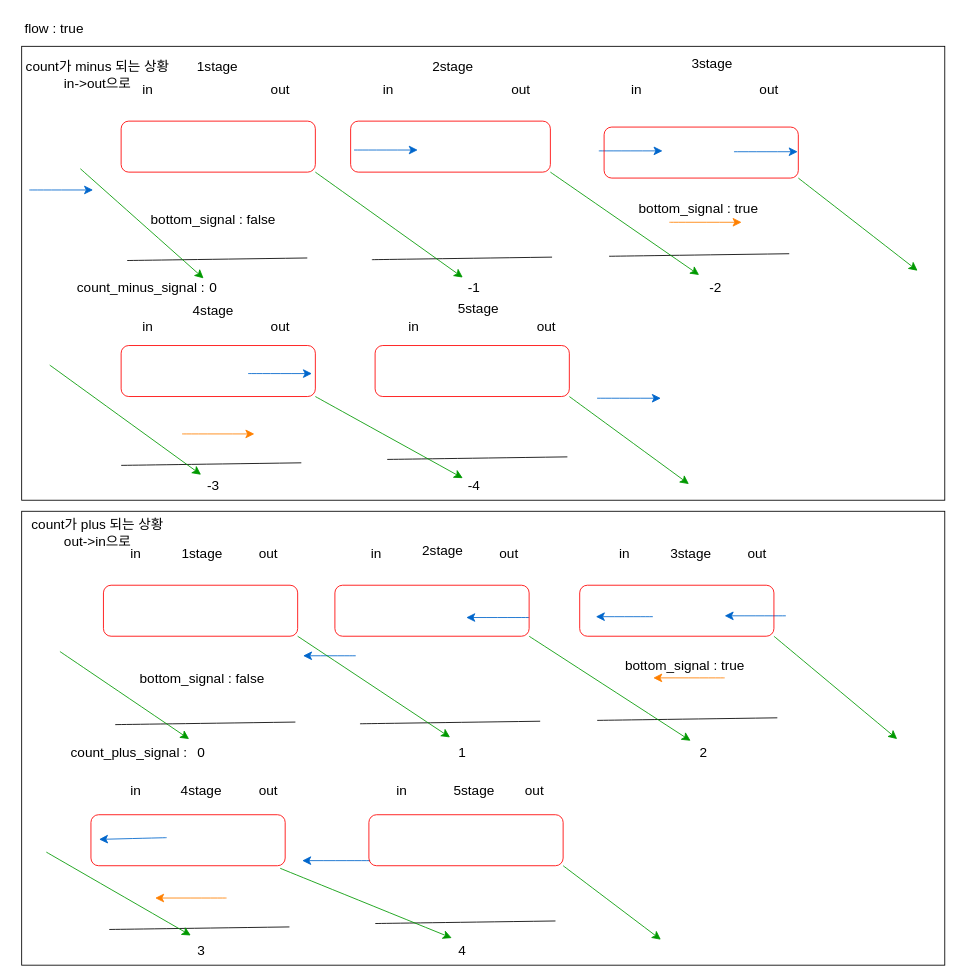
Earlier version of the draw.io diagram 1인가구 입출입 알리미.drawio (nasha430/nasha). Source tidied: cells renumbered, new cells numbered last; positions are measured from the earlier drawing's top-left corner, leaving out a move shared by most shapes. Both pictures are drawn from the tidied source at 85%, with x=0, y=0 at pixel (14, 14).
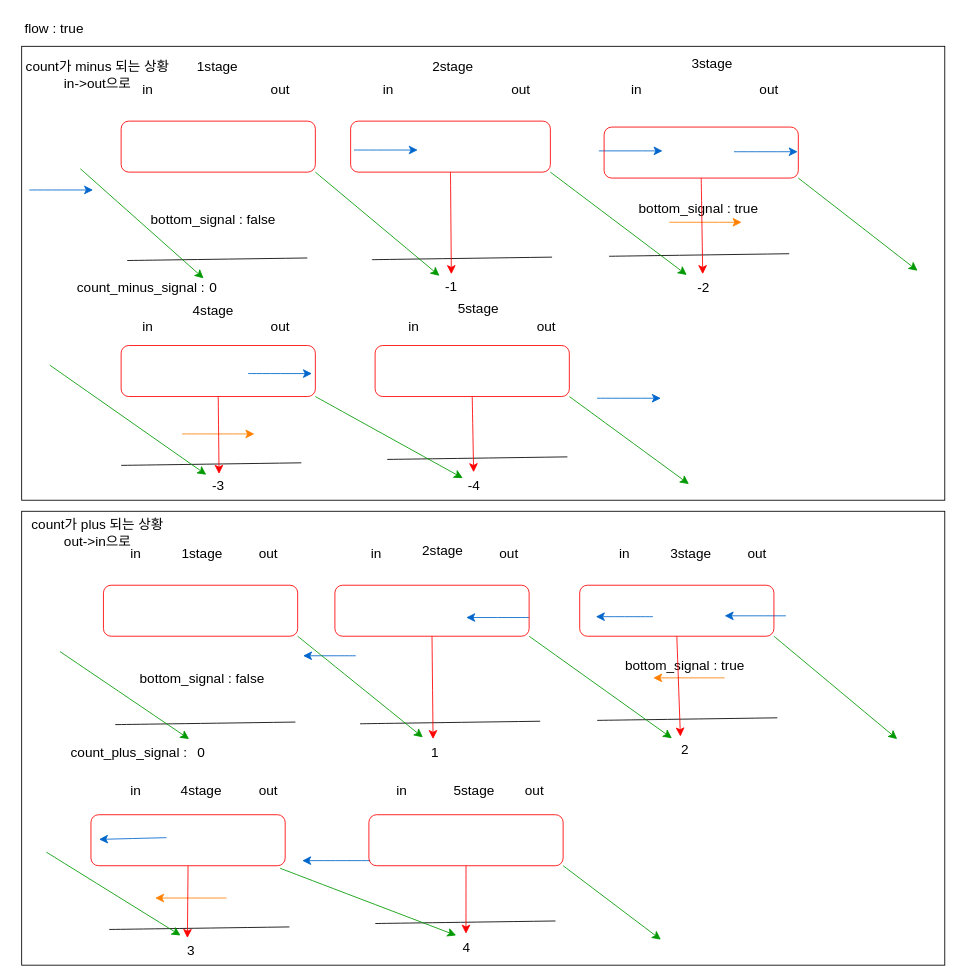
After the change.

Commit message:
1인가구 입출입 알리미.drawio 업데이트

The change refers to these unchanged cells:
```xml
<mxCell id="27" value="-4" style="text;html=1;align=center;verticalAlign=middle;points=[];strokeColor=none;fillColor=none;fontSize=16;" parent="1" vertex="1">
  <mxGeometry x="524" y="538" width="32" height="31" as="geometry" />
</mxCell>
<mxCell id="55" style="rounded=1;whiteSpace=wrap;html=1;fontSize=16;fillColor=none;strokeColor=#FF0000;" parent="1" vertex="1">
  <mxGeometry x="395" y="125" width="235" height="60" as="geometry" />
</mxCell>
<mxCell id="56" style="rounded=1;whiteSpace=wrap;html=1;fontSize=16;fillColor=none;strokeColor=#FF0000;" parent="1" vertex="1">
  <mxGeometry x="693.2" y="132" width="228.5" height="60" as="geometry" />
</mxCell>
<mxCell id="57" style="rounded=1;whiteSpace=wrap;html=1;fontSize=16;fillColor=none;strokeColor=#FF0000;" parent="1" vertex="1">
  <mxGeometry x="125" y="389" width="228.5" height="60" as="geometry" />
</mxCell>
<mxCell id="58" style="rounded=1;whiteSpace=wrap;html=1;fontSize=16;fillColor=none;strokeColor=#FF0000;" parent="1" vertex="1">
  <mxGeometry x="423.8" y="389" width="228.5" height="60" as="geometry" />
</mxCell>
<mxCell id="67" style="rounded=1;whiteSpace=wrap;html=1;fontSize=16;fillColor=none;strokeColor=#FF0000;" parent="1" vertex="1">
  <mxGeometry x="376.5" y="671" width="228.5" height="60" as="geometry" />
</mxCell>
<mxCell id="68" style="rounded=1;whiteSpace=wrap;html=1;fontSize=16;fillColor=none;strokeColor=#FF0000;" parent="1" vertex="1">
  <mxGeometry x="664.5" y="671" width="228.5" height="60" as="geometry" />
</mxCell>
<mxCell id="69" style="rounded=1;whiteSpace=wrap;html=1;fontSize=16;fillColor=none;strokeColor=#FF0000;" parent="1" vertex="1">
  <mxGeometry x="89.5" y="941" width="228.5" height="60" as="geometry" />
</mxCell>
<mxCell id="70" style="rounded=1;whiteSpace=wrap;html=1;fontSize=16;fillColor=none;strokeColor=#FF0000;" parent="1" vertex="1">
  <mxGeometry x="416.5" y="941" width="228.5" height="60" as="geometry" />
</mxCell>
```

What changed in the source:
```diff
@@
+    <mxCell id="79" style="rounded=0;whiteSpace=wrap;html=1;fontSize=16;fillColor=none;" parent="1" vertex="1">
+      <mxGeometry x="8" y="584" width="1086" height="534" as="geometry" />
+    </mxCell>
+    <mxCell id="78" style="rounded=0;whiteSpace=wrap;html=1;fontSize=16;fillColor=none;" parent="1" vertex="1">
+      <mxGeometry x="8" y="37" width="1086" height="534" as="geometry" />
+    </mxCell>
@@
     <mxCell id="24" value="-1" style="text;html=1;align=center;verticalAlign=middle;points=[];strokeColor=none;fillColor=none;fontSize=16;" parent="1" vertex="1">
-      <mxGeometry x="524" y="305" width="32" height="31" as="geometry" />
+      <mxGeometry x="496.5" y="303" width="32" height="31" as="geometry" />
     </mxCell>
     <mxCell id="25" value="-2" style="text;html=1;align=center;verticalAlign=middle;points=[];strokeColor=none;fillColor=none;fontSize=16;" parent="1" vertex="1">
-      <mxGeometry x="808" y="305" width="32" height="31" as="geometry" />
+      <mxGeometry x="793.5" y="305" width="32" height="31" as="geometry" />
     </mxCell>
     <mxCell id="26" value="-3" style="text;html=1;align=center;verticalAlign=middle;points=[];strokeColor=none;fillColor=none;fontSize=16;" parent="1" vertex="1">
-      <mxGeometry x="217" y="538" width="32" height="31" as="geometry" />
+      <mxGeometry x="223.2" y="538" width="32" height="31" as="geometry" />
     </mxCell>
@@
     <mxCell id="50" value="1" style="text;html=1;align=center;verticalAlign=middle;points=[];strokeColor=none;fillColor=none;fontSize=16;" parent="1" vertex="1">
-      <mxGeometry x="512" y="851" width="27" height="31" as="geometry" />
+      <mxGeometry x="480" y="851" width="27" height="31" as="geometry" />
     </mxCell>
     <mxCell id="51" value="2" style="text;html=1;align=center;verticalAlign=middle;points=[];strokeColor=none;fillColor=none;fontSize=16;" parent="1" vertex="1">
-      <mxGeometry x="796" y="851" width="27" height="31" as="geometry" />
+      <mxGeometry x="774" y="848" width="27" height="31" as="geometry" />
     </mxCell>
     <mxCell id="52" value="3" style="text;html=1;align=center;verticalAlign=middle;points=[];strokeColor=none;fillColor=none;fontSize=16;" parent="1" vertex="1">
-      <mxGeometry x="205" y="1084" width="27" height="31" as="geometry" />
+      <mxGeometry x="193" y="1084" width="27" height="31" as="geometry" />
     </mxCell>
     <mxCell id="53" value="4" style="text;html=1;align=center;verticalAlign=middle;points=[];strokeColor=none;fillColor=none;fontSize=16;" parent="1" vertex="1">
-      <mxGeometry x="512" y="1084" width="27" height="31" as="geometry" />
+      <mxGeometry x="517.2" y="1081" width="27" height="31" as="geometry" />
     </mxCell>
@@
-    <mxCell id="78" style="rounded=0;whiteSpace=wrap;html=1;fontSize=16;fillColor=none;" parent="1" vertex="1">
-      <mxGeometry x="8" y="37" width="1086" height="534" as="geometry" />
-    </mxCell>
-    <mxCell id="79" style="rounded=0;whiteSpace=wrap;html=1;fontSize=16;fillColor=none;" parent="1" vertex="1">
-      <mxGeometry x="8" y="584" width="1086" height="534" as="geometry" />
-    </mxCell>
@@
+    <mxCell id="103" style="endArrow=classic;html=1;rounded=0;fontSize=12;startSize=8;endSize=8;edgeStyle=none;curved=1;strokeColor=#FF0000;exitX=0.5;exitY=1;exitDx=0;exitDy=0;entryX=0.531;entryY=0.065;entryDx=0;entryDy=0;entryPerimeter=0;" parent="1" edge="1" source="55" target="24">
+      <mxGeometry relative="1" as="geometry" />
+    </mxCell>
+    <mxCell id="104" style="endArrow=classic;html=1;rounded=0;fontSize=12;startSize=8;endSize=8;edgeStyle=none;curved=1;strokeColor=#FF0000;exitX=0.5;exitY=1;exitDx=0;exitDy=0;" parent="1" edge="1" source="56" target="25">
+      <mxGeometry relative="1" as="geometry" />
+    </mxCell>
+    <mxCell id="105" style="endArrow=classic;html=1;rounded=0;fontSize=12;startSize=8;endSize=8;edgeStyle=none;curved=1;strokeColor=#FF0000;exitX=0.5;exitY=1;exitDx=0;exitDy=0;entryX=0.531;entryY=0.065;entryDx=0;entryDy=0;entryPerimeter=0;" parent="1" edge="1" source="57" target="26">
+      <mxGeometry relative="1" as="geometry" />
+    </mxCell>
+    <mxCell id="106" style="endArrow=classic;html=1;rounded=0;fontSize=12;startSize=8;endSize=8;edgeStyle=none;curved=1;strokeColor=#FF0000;exitX=0.5;exitY=1;exitDx=0;exitDy=0;" parent="1" edge="1" source="58" target="27">
+      <mxGeometry relative="1" as="geometry" />
+    </mxCell>
+    <mxCell id="107" style="endArrow=classic;html=1;rounded=0;fontSize=12;startSize=8;endSize=8;edgeStyle=none;curved=1;strokeColor=#FF0000;exitX=0.5;exitY=1;exitDx=0;exitDy=0;entryX=0.444;entryY=0.032;entryDx=0;entryDy=0;entryPerimeter=0;" parent="1" edge="1" source="67" target="50">
+      <mxGeometry relative="1" as="geometry" />
+    </mxCell>
+    <mxCell id="108" style="endArrow=classic;html=1;rounded=0;fontSize=12;startSize=8;endSize=8;edgeStyle=none;curved=1;strokeColor=#FF0000;exitX=0.5;exitY=1;exitDx=0;exitDy=0;entryX=0.333;entryY=0.032;entryDx=0;entryDy=0;entryPerimeter=0;" parent="1" edge="1" source="68" target="51">
+      <mxGeometry relative="1" as="geometry" />
+    </mxCell>
+    <mxCell id="109" style="endArrow=classic;html=1;rounded=0;fontSize=12;startSize=8;endSize=8;edgeStyle=none;curved=1;strokeColor=#FF0000;exitX=0.5;exitY=1;exitDx=0;exitDy=0;entryX=0.37;entryY=0.065;entryDx=0;entryDy=0;entryPerimeter=0;" parent="1" edge="1" source="69" target="52">
+      <mxGeometry relative="1" as="geometry" />
+    </mxCell>
+    <mxCell id="110" style="endArrow=classic;html=1;rounded=0;fontSize=12;startSize=8;endSize=8;edgeStyle=none;curved=1;strokeColor=#FF0000;exitX=0.5;exitY=1;exitDx=0;exitDy=0;" parent="1" edge="1" source="70" target="53">
+      <mxGeometry relative="1" as="geometry" />
+    </mxCell>
```
